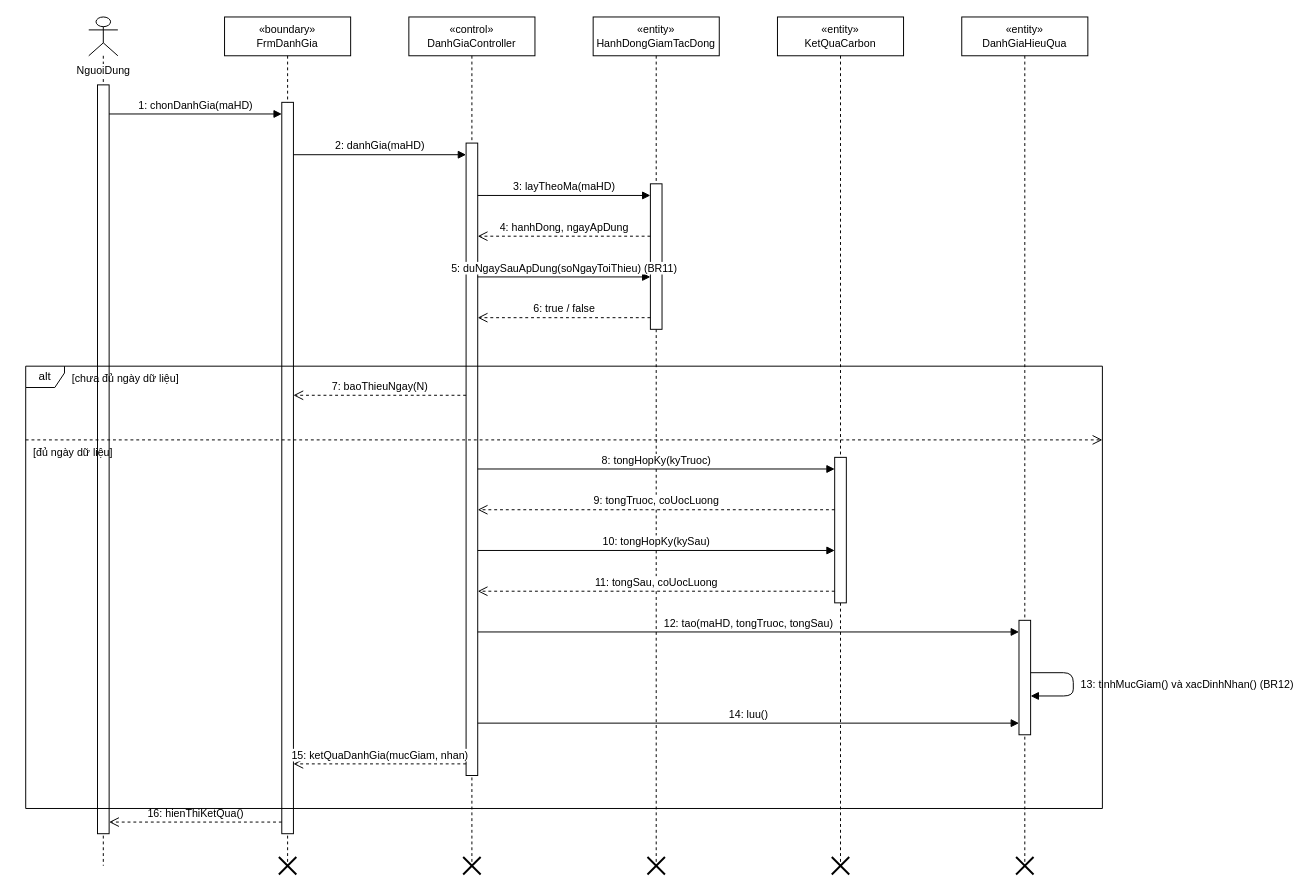
Before: docs/diagrams/03_TuanTu/UC_GD_019_Sequence_DanhGiaHieuQua.drawio in TranThienNhan8279/GreenDash, a draw.io diagram. Source tidied: cells renumbered, new cells numbered last; positions are measured from the earlier drawing's top-left corner, leaving out a move shared by most shapes. Both pictures are drawn from the tidied source at 97%, with x=0, y=0 at pixel (25, 16).
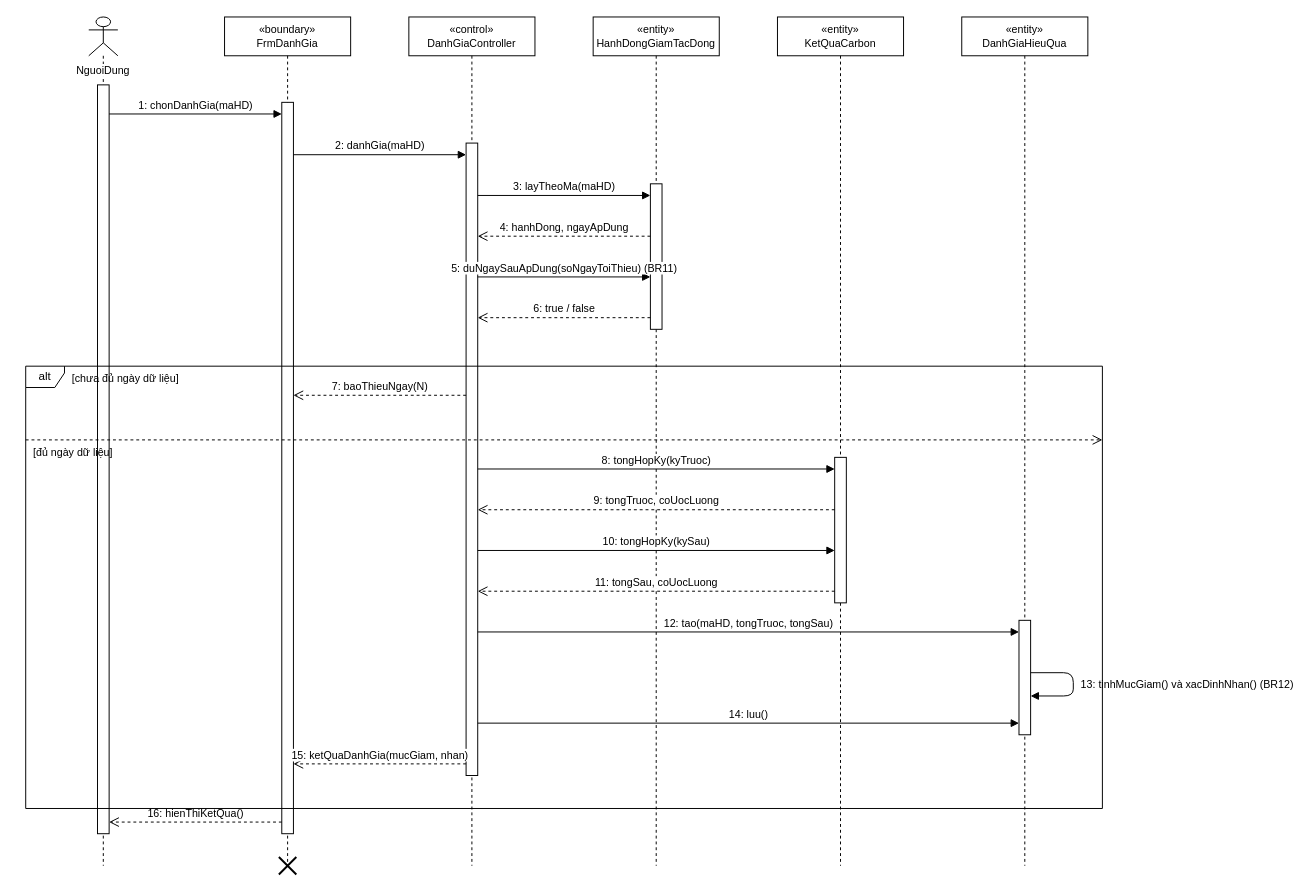
The same diagram, later.

Change to the diagram source:
```diff
@@
-    <mxCell id="2" value="NguoiDung" style="shape=umlLifeline;participant=umlActor;verticalAlign=top;spacingTop=42;labelBackgroundColor=#ffffff;perimeter=lifelinePerimeter;whiteSpace=nowrap;html=1;fontSize=11;" parent="1" vertex="1">
+    <mxCell id="2" value="NguoiDung" style="shape=umlLifeline;participant=umlActor;verticalAlign=top;spacingTop=42;labelBackgroundColor=#ffffff;perimeter=lifelinePerimeter;whiteSpace=wrap;html=1;fontSize=11;" parent="1" vertex="1">
       <mxGeometry x="65" width="30" height="875" as="geometry" />
     </mxCell>
@@
-    <mxCell id="12" style="shape=umlDestroy;html=1;strokeWidth=2;strokeColor=#000000;" parent="1" vertex="1">
-      <mxGeometry x="451" y="866" width="18" height="18" as="geometry" />
-    </mxCell>
@@
-    <mxCell id="14" style="shape=umlDestroy;html=1;strokeWidth=2;strokeColor=#000000;" parent="1" vertex="1">
-      <mxGeometry x="641" y="866" width="18" height="18" as="geometry" />
-    </mxCell>
@@
-    <mxCell id="16" style="shape=umlDestroy;html=1;strokeWidth=2;strokeColor=#000000;" parent="1" vertex="1">
-      <mxGeometry x="831" y="866" width="18" height="18" as="geometry" />
-    </mxCell>
@@
-    <mxCell id="18" style="shape=umlDestroy;html=1;strokeWidth=2;strokeColor=#000000;" parent="1" vertex="1">
-      <mxGeometry x="1021" y="866" width="18" height="18" as="geometry" />
-    </mxCell>
```
